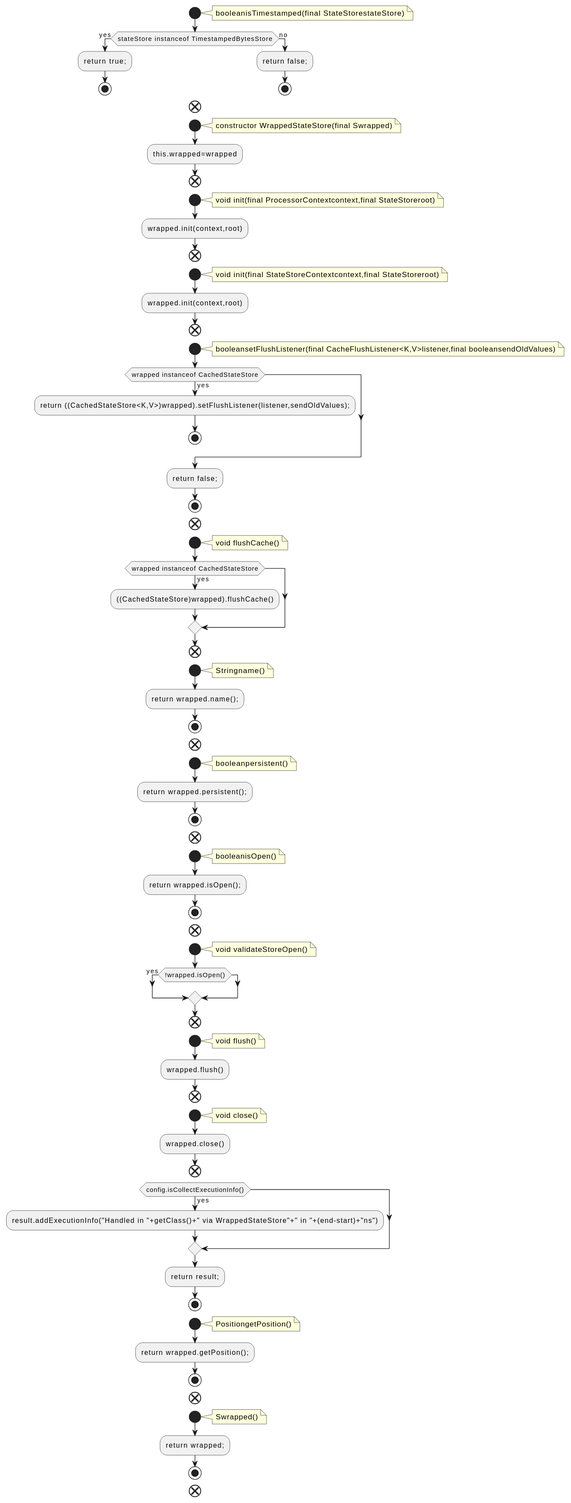
The PlantUML diagram docs/qc/streams/src/main/java/org/apache/kafka/streams/state/internals/WrappedStateStore.java.fct.svg in qualitesys/kafka, before a commit. Its diagram source:
```plantuml
@startuml
!pragma layout smetana
start
note right
booleanisTimestamped(final StateStorestateStore)
end note
if (stateStore instanceof TimestampedBytesStore) then (yes)
:return true;;
stop
else (no)
:return false;;
stop
endif
end
start
note right
constructor WrappedStateStore(final Swrapped)
end note
:this.wrapped=wrapped;
end
start
note right
void init(final ProcessorContextcontext,final StateStoreroot)
end note
:wrapped.init(context,root);
end
start
note right
void init(final StateStoreContextcontext,final StateStoreroot)
end note
:wrapped.init(context,root);
end
start
note right
booleansetFlushListener(final CacheFlushListener<K,V>listener,final booleansendOldValues)
end note
if (wrapped instanceof CachedStateStore) then (yes)
:return ((CachedStateStore<K,V>)wrapped).setFlushListener(listener,sendOldValues);;
stop
endif
:return false;;
stop
end
start
note right
void flushCache()
end note
if (wrapped instanceof CachedStateStore) then (yes)
:((CachedStateStore)wrapped).flushCache();
endif
end
start
note right
Stringname()
end note
:return wrapped.name();;
stop
end
start
note right
booleanpersistent()
end note
:return wrapped.persistent();;
stop
end
start
note right
booleanisOpen()
end note
:return wrapped.isOpen();;
stop
end
start
note right
void validateStoreOpen()
end note
if (!wrapped.isOpen()) then (yes)
endif
end
start
note right
void flush()
end note
:wrapped.flush();
end
start
note right
void close()
end note
:wrapped.close();
end
if (config.isCollectExecutionInfo()) then (yes)
:result.addExecutionInfo("Handled in "+getClass()+" via WrappedStateStore"+" in "+(end-start)+"ns");
endif
:return result;;
stop
start
note right
PositiongetPosition()
end note
:return wrapped.getPosition();;
stop
end
start
note right
Swrapped()
end note
:return wrapped;;
stop
end
@enduml
```
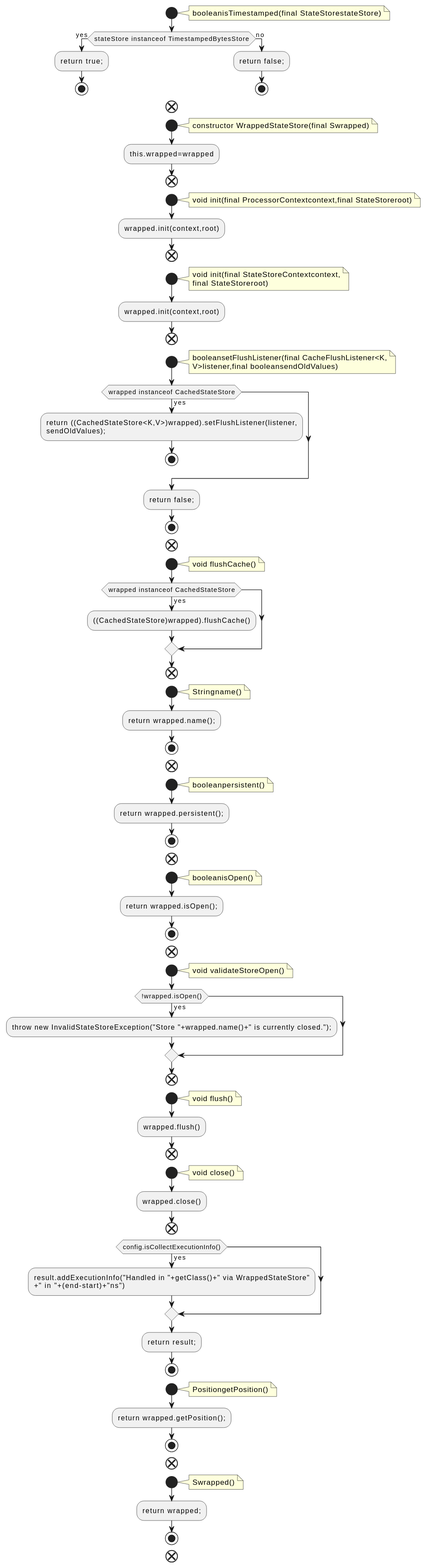
Later version of the same file.

Change to the diagram source:
```diff
@@ -26,16 +26,19 @@
 end
 start
 note right
-void init(final StateStoreContextcontext,final StateStoreroot)
+void init(final StateStoreContextcontext,
+final StateStoreroot)
 end note
 :wrapped.init(context,root);
 end
 start
 note right
-booleansetFlushListener(final CacheFlushListener<K,V>listener,final booleansendOldValues)
+booleansetFlushListener(final CacheFlushListener<K,
+V>listener,final booleansendOldValues)
 end note
 if (wrapped instanceof CachedStateStore) then (yes)
-:return ((CachedStateStore<K,V>)wrapped).setFlushListener(listener,sendOldValues);;
+:return ((CachedStateStore<K,V>)wrapped).setFlushListener(listener,
+sendOldValues);;
 stop
 endif
 :return false;;
@@ -75,6 +78,7 @@
 void validateStoreOpen()
 end note
 if (!wrapped.isOpen()) then (yes)
+:throw new InvalidStateStoreException("Store "+wrapped.name()+" is currently closed.");;
 endif
 end
 start
@@ -90,7 +94,8 @@
 :wrapped.close();
 end
 if (config.isCollectExecutionInfo()) then (yes)
-:result.addExecutionInfo("Handled in "+getClass()+" via WrappedStateStore"+" in "+(end-start)+"ns");
+:result.addExecutionInfo("Handled in "+getClass()+" via WrappedStateStore"
++" in "+(end-start)+"ns");
 endif
 :return result;;
 stop
```
